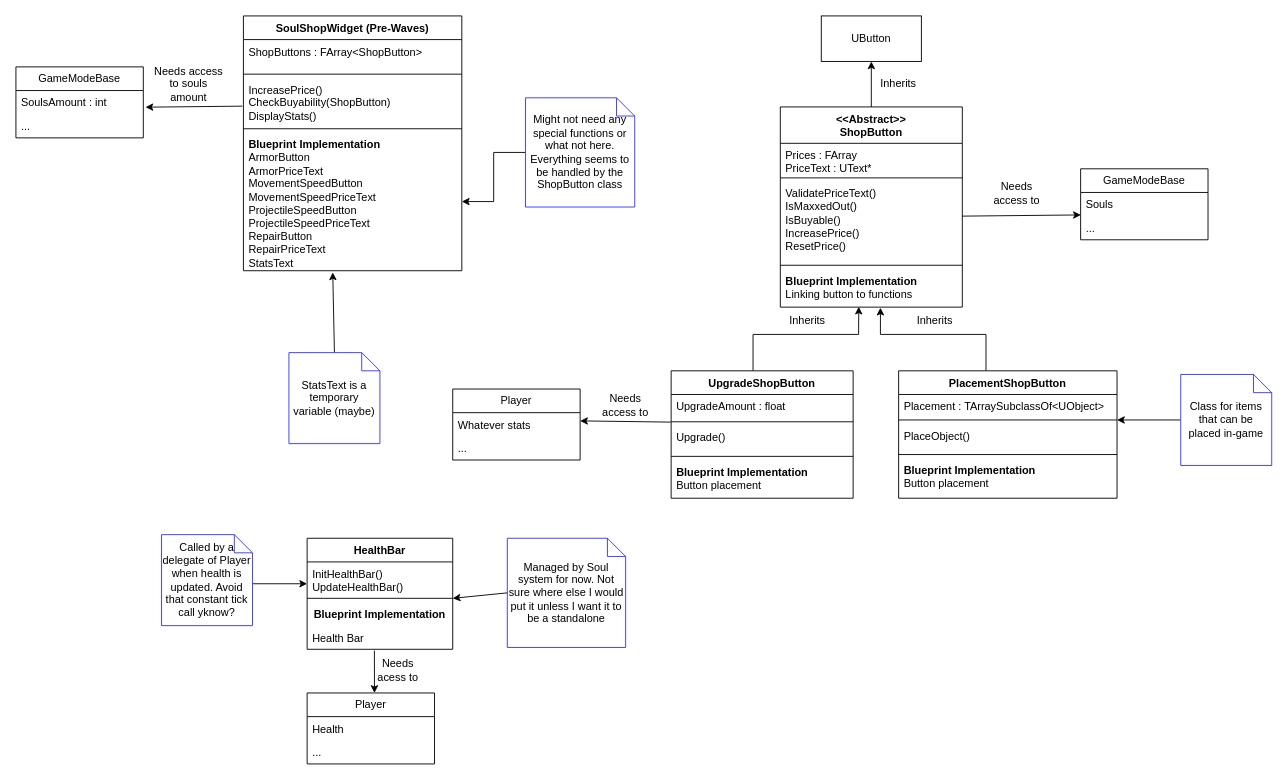
The draw.io diagram page "SoulShopUML" (2 of 5) of Design/SoulSystemDesign.drawio in Edge321/DragonsDefense_v2, before the edit. Source tidied: cells renumbered, new cells numbered last; positions are measured from the earlier drawing's top-left corner, leaving out a move shared by most shapes. Both pictures are drawn from the tidied source at 91%, with x=0, y=0 at pixel (15, 15).
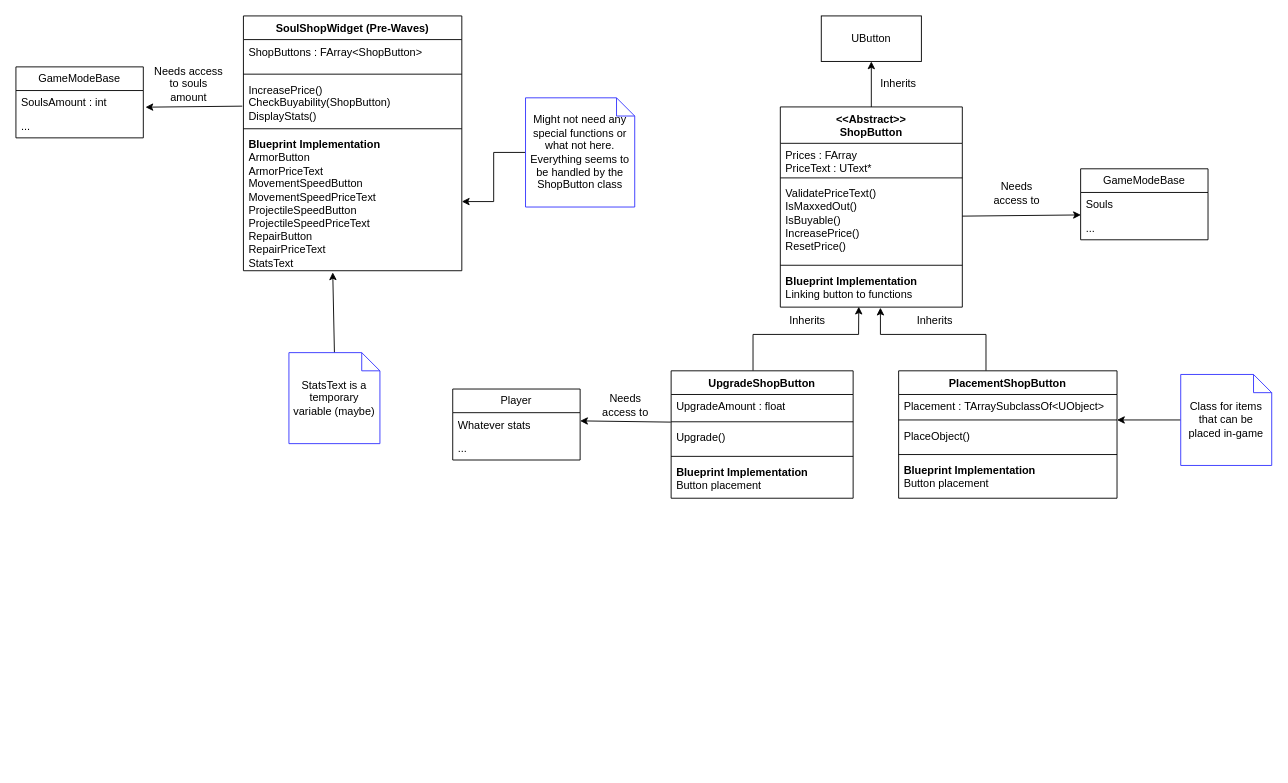
After the change.

Commit message (it also covers changes not shown here):
Design documents made for remastered soul system. Added player's health bar HUD

Diff of the diagram source:
```diff
@@
-    <mxCell id="54" value="HealthBar" style="swimlane;fontStyle=1;align=center;verticalAlign=top;horizontal=1;startSize=26;whiteSpace=wrap;html=1;" parent="1" vertex="1">
-      <mxGeometry x="320" y="574" width="160" height="122" as="geometry" />
-    </mxCell>
-    <mxCell id="55" value="InitHealthBar()&lt;br&gt;UpdateHealthBar()" style="text;strokeColor=none;fillColor=none;align=left;verticalAlign=top;spacingLeft=4;spacingRight=4;overflow=hidden;whiteSpace=wrap;html=1;" parent="54" vertex="1">
-      <mxGeometry y="26" width="160" height="36" as="geometry" />
-    </mxCell>
-    <mxCell id="56" style="line;strokeWidth=1;fillColor=none;align=left;verticalAlign=middle;spacingTop=-1;spacingLeft=3;spacingRight=3;labelPosition=right;strokeColor=inherit;" parent="54" vertex="1">
-      <mxGeometry y="62" width="160" height="8" as="geometry" />
-    </mxCell>
-    <mxCell id="57" value="&lt;b&gt;Blueprint Implementation&lt;/b&gt;" style="text;strokeColor=none;fillColor=none;align=center;verticalAlign=top;spacingLeft=4;spacingRight=4;overflow=hidden;points=[[0,0.5],[1,0.5]];portConstraint=eastwest;whiteSpace=wrap;html=1;" parent="54" vertex="1">
-      <mxGeometry y="70" width="160" height="26" as="geometry" />
-    </mxCell>
-    <mxCell id="58" value="Health Bar" style="text;strokeColor=none;fillColor=none;align=left;verticalAlign=top;spacingLeft=4;spacingRight=4;overflow=hidden;points=[[0,0.5],[1,0.5]];portConstraint=eastwest;whiteSpace=wrap;html=1;" parent="54" vertex="1">
-      <mxGeometry y="96" width="160" height="26" as="geometry" />
-    </mxCell>
-    <mxCell id="59" value="Managed by Soul system for now. Not sure where else I would put it unless I want it to be a standalone" style="shape=note;size=20;whiteSpace=wrap;html=1;strokeColor=#3333FF;" parent="1" vertex="1">
-      <mxGeometry x="540" y="574" width="130" height="120" as="geometry" />
-    </mxCell>
-    <mxCell id="60" style="endArrow=classic;html=1;rounded=0;exitX=0;exitY=0.5;exitDx=0;exitDy=0;exitPerimeter=0;entryX=1;entryY=-0.154;entryDx=0;entryDy=0;entryPerimeter=0;" parent="1" edge="1" source="59" target="57">
-      <mxGeometry relative="1" as="geometry" />
-    </mxCell>
-    <mxCell id="61" style="endArrow=classic;html=1;rounded=0;exitX=0.462;exitY=1.055;exitDx=0;exitDy=0;exitPerimeter=0;" parent="1" edge="1" source="58">
-      <mxGeometry relative="1" as="geometry">
-        <mxPoint x="394" y="744" as="targetPoint" />
-      </mxGeometry>
-    </mxCell>
-    <mxCell id="62" value="Player" style="swimlane;fontStyle=0;horizontal=1;startSize=26;fillColor=none;whiteSpace=wrap;html=1;" parent="1" vertex="1">
-      <mxGeometry x="320" y="744" width="140" height="78" as="geometry" />
-    </mxCell>
-    <mxCell id="63" value="Health" style="text;strokeColor=none;fillColor=none;align=left;verticalAlign=top;spacingLeft=4;spacingRight=4;overflow=hidden;whiteSpace=wrap;html=1;" parent="62" vertex="1">
-      <mxGeometry y="26" width="140" height="26" as="geometry" />
-    </mxCell>
-    <mxCell id="64" value="..." style="text;strokeColor=none;fillColor=none;align=left;verticalAlign=top;spacingLeft=4;spacingRight=4;overflow=hidden;whiteSpace=wrap;html=1;" parent="62" vertex="1">
-      <mxGeometry y="52" width="140" height="26" as="geometry" />
-    </mxCell>
-    <mxCell id="65" value="Needs acess to" style="text;html=1;strokeColor=none;fillColor=none;align=center;verticalAlign=middle;whiteSpace=wrap;rounded=0;" parent="1" vertex="1">
-      <mxGeometry x="390" y="704" width="60" height="30" as="geometry" />
-    </mxCell>
-    <mxCell id="66" style="endArrow=classic;html=1;rounded=0;" parent="1" edge="1">
-      <mxGeometry relative="1" as="geometry">
-        <mxPoint x="260" y="624" as="sourcePoint" />
-        <mxPoint x="320" y="624" as="targetPoint" />
-      </mxGeometry>
-    </mxCell>
-    <mxCell id="67" value="Called by a delegate of Player when health is updated. Avoid that constant tick call yknow?" style="shape=note;size=20;whiteSpace=wrap;html=1;strokeColor=#3333FF;" parent="1" vertex="1">
-      <mxGeometry x="160" y="570" width="100" height="100" as="geometry" />
-    </mxCell>
```
